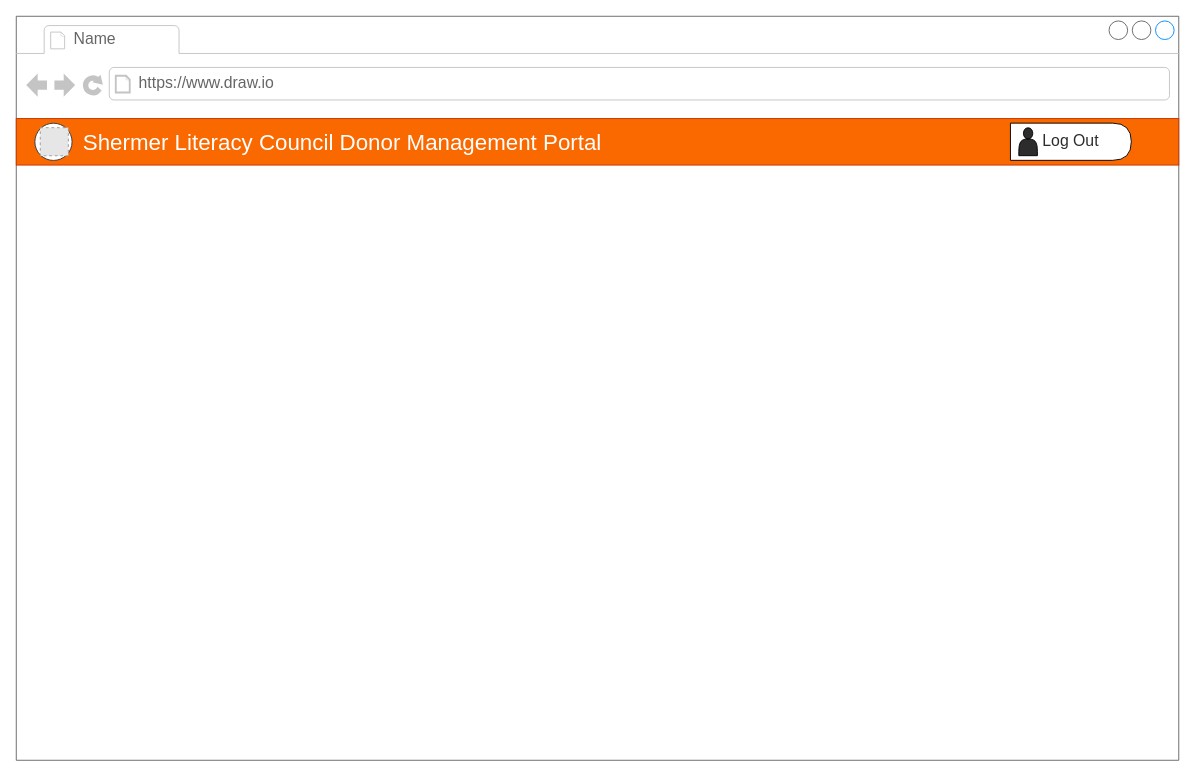
Before: page "EditDonor" (6 of 7) of docs/donor-tracker-mock.drawio in CaseyPitman/Donor-Management-Portal, a draw.io diagram. Source tidied: cells renumbered, new cells numbered last; positions are measured from the earlier drawing's top-left corner, leaving out a move shared by most shapes. Both pictures are drawn from the tidied source at 93%, with x=0, y=0 at pixel (16, 16). Pictures stored in the file or linked from it are replaced by grey dashed boxes.
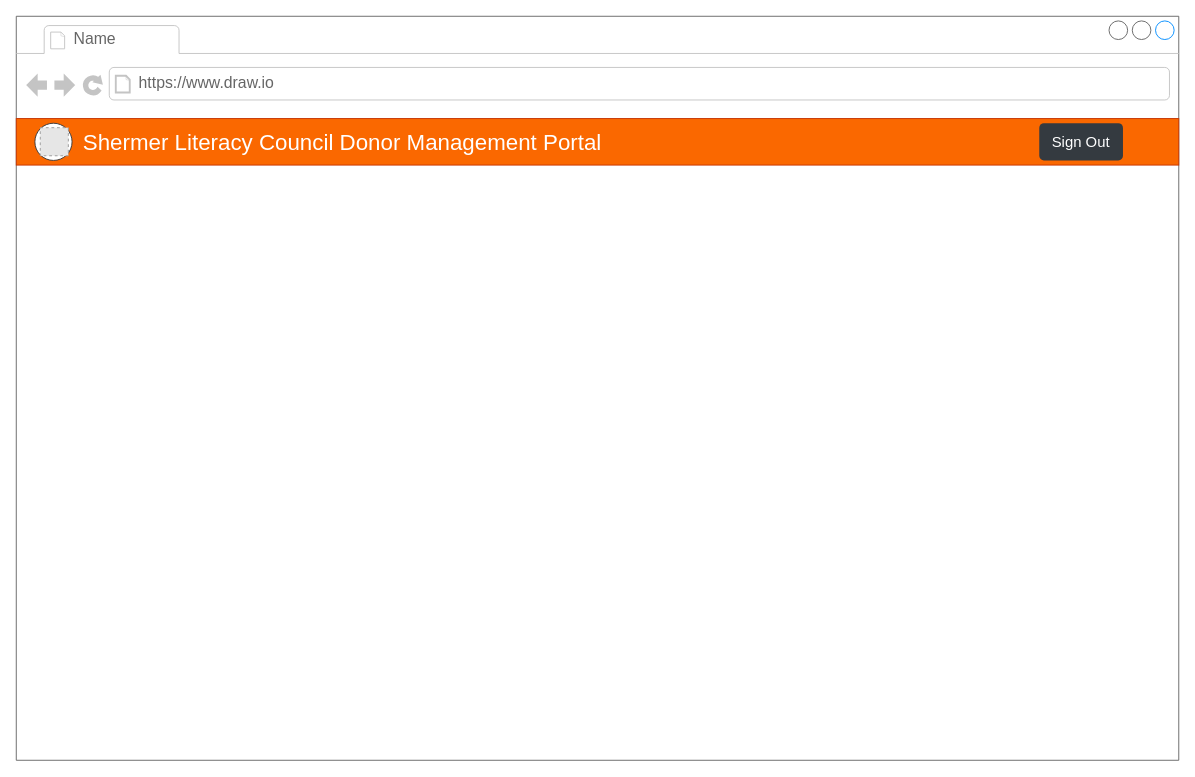
After the change.

Commit message (it also covers changes not shown here):
Update donor-tracker-mock.drawio: Replaced sign out button w/ Bootstrap buttons.

What changed in the source:
```diff
@@
 <mxGraphModel>
   <root>
     <mxCell id="0" />
     <mxCell id="1" parent="0" />
     <mxCell id="2" style="strokeWidth=1;shadow=0;dashed=0;align=center;html=1;shape=mxgraph.mockup.containers.browserWindow;rSize=0;strokeColor=#666666;strokeColor2=#008cff;strokeColor3=#c4c4c4;mainText=,;" parent="1" vertex="1">
       <mxGeometry width="1250" height="800" as="geometry" />
     </mxCell>
     <mxCell id="3" value="Name" style="strokeWidth=1;shadow=0;dashed=0;align=center;html=1;shape=mxgraph.mockup.containers.anchor;fontSize=17;fontColor=#666666;align=left;" parent="2" vertex="1">
       <mxGeometry x="60" y="12" width="110" height="26" as="geometry" />
     </mxCell>
     <mxCell id="4" value="https://www.draw.io" style="strokeWidth=1;shadow=0;dashed=0;align=center;html=1;shape=mxgraph.mockup.containers.anchor;rSize=0;fontSize=17;fontColor=#666666;align=left;" parent="2" vertex="1">
       <mxGeometry x="130" y="60" width="250" height="26" as="geometry" />
     </mxCell>
     <mxCell id="5" style="rounded=0;whiteSpace=wrap;html=1;fontSize=17;gradientDirection=north;strokeColor=#C73500;fontColor=#ffffff;fillColor=#fa6800;" parent="2" vertex="1">
       <mxGeometry y="110" width="1250" height="50" as="geometry" />
     </mxCell>
     <mxCell id="6" value="&lt;h2&gt;&lt;font size=&quot;1&quot; color=&quot;#ffffff&quot;&gt;&lt;span style=&quot;font-size: 24px ; font-weight: normal&quot;&gt;Shermer Literacy Council Donor Management Portal&lt;/span&gt;&lt;/font&gt;&lt;/h2&gt;" style="text;html=1;strokeColor=none;fillColor=none;align=left;verticalAlign=middle;whiteSpace=wrap;rounded=0;fontSize=17;" parent="2" vertex="1">
       <mxGeometry x="70" y="125" width="730" height="20" as="geometry" />
     </mxCell>
     <mxCell id="7" style="ellipse;whiteSpace=wrap;html=1;labelBackgroundColor=#ffffff;fontSize=17;align=left;strokeColor=#36393d;" parent="2" vertex="1">
       <mxGeometry x="20" y="115" width="40" height="40" as="geometry" />
     </mxCell>
     <mxCell id="8" style="fillColor=#E6E6E6;strokeColor=#999999;dashed=1;html=1;verticalAlign=top;verticalLabelPosition=bottom;labelBackgroundColor=#ffffff;fontSize=17;fontColor=#FFFFFF;align=left;" parent="2" vertex="1">
       <mxGeometry x="25.8" y="119.8" width="30.2" height="30.2" as="geometry" />
     </mxCell>
-    <mxCell id="9" value="Log Out" style="shape=delay;whiteSpace=wrap;html=1;labelBackgroundColor=#ffffff;strokeColor=#000000;fillColor=#ffffff;gradientColor=none;fontSize=17;align=center;fontColor=#2C2C2C;" parent="2" vertex="1">
-      <mxGeometry x="1069" y="114.9" width="130" height="40" as="geometry" />
-    </mxCell>
-    <mxCell id="10" style="shape=actor;whiteSpace=wrap;html=1;labelBackgroundColor=#ffffff;strokeColor=#000000;gradientColor=none;fontSize=17;fontColor=#FFFFFF;align=left;fillColor=#2C2C2C;" parent="2" vertex="1">
-      <mxGeometry x="1078" y="119.9" width="20" height="30" as="geometry" />
-    </mxCell>
+    <mxCell id="11" value="Sign Out" style="html=1;shadow=0;dashed=0;shape=mxgraph.bootstrap.rrect;rSize=5;strokeColor=none;strokeWidth=1;fillColor=#343A40;fontColor=#ffffff;whiteSpace=wrap;align=center;verticalAlign=middle;spacingLeft=0;fontStyle=0;fontSize=16;spacing=5;rounded=0;glass=0;labelBackgroundColor=none;sketch=0;" parent="1" vertex="1">
+      <mxGeometry x="1100" y="115" width="90" height="40" as="geometry" />
+    </mxCell>
   </root>
 </mxGraphModel>
```
